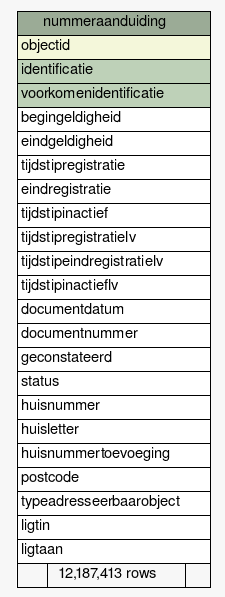
Above: datamodel/schemaspy/bag/diagrams/summary/nummeraanduiding.1degree.png in B3Partners/brmo (Graphviz), before the change. Its source is kept beside it as datamodel/schemaspy/bag/diagrams/summary/nummeraanduiding.1degree.dot.
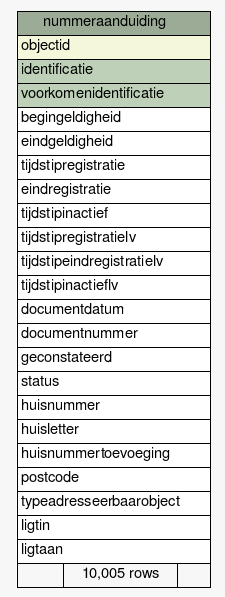
The same file after the commit.

Diff of the diagram source:
```diff
@@ -41,7 +41,7 @@
       <TR><TD PORT="typeadresseerbaarobject" COLSPAN="3" ALIGN="LEFT">typeadresseerbaarobject</TD></TR>
       <TR><TD PORT="ligtin" COLSPAN="3" ALIGN="LEFT">ligtin</TD></TR>
       <TR><TD PORT="ligtaan" COLSPAN="3" ALIGN="LEFT">ligtaan</TD></TR>
-      <TR><TD ALIGN="LEFT" BGCOLOR="#f7f7f7">  </TD><TD ALIGN="RIGHT" BGCOLOR="#f7f7f7">12,187,413 rows</TD><TD ALIGN="RIGHT" BGCOLOR="#f7f7f7">  </TD></TR>
+      <TR><TD ALIGN="LEFT" BGCOLOR="#f7f7f7">  </TD><TD ALIGN="RIGHT" BGCOLOR="#f7f7f7">10,005 rows</TD><TD ALIGN="RIGHT" BGCOLOR="#f7f7f7">  </TD></TR>
     </TABLE>>
     URL="tables/nummeraanduiding.html"
     tooltip="nummeraanduiding"
```
